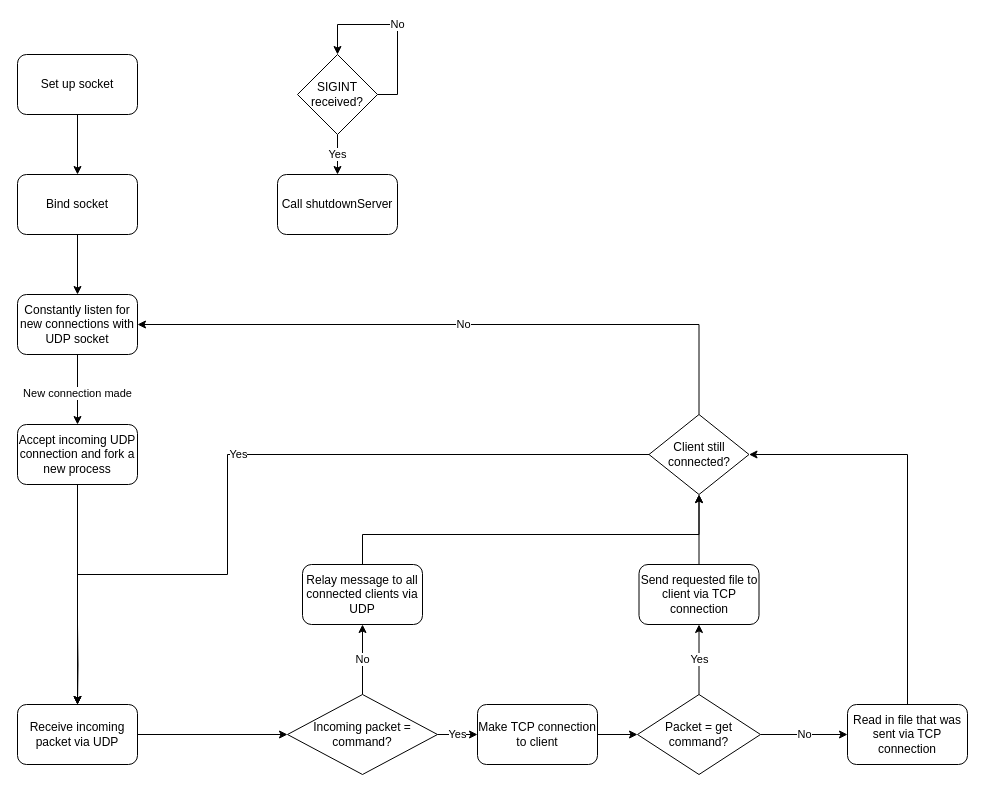
Before: C_Version/Flowcharts/server-main.drawio in Joedahms/ECE463-Project, a draw.io diagram. Source tidied: cells renumbered, new cells numbered last; positions are measured from the earlier drawing's top-left corner, leaving out a move shared by most shapes. Both pictures are drawn from the tidied source at 100%, with x=0, y=0 at pixel (17, 24).
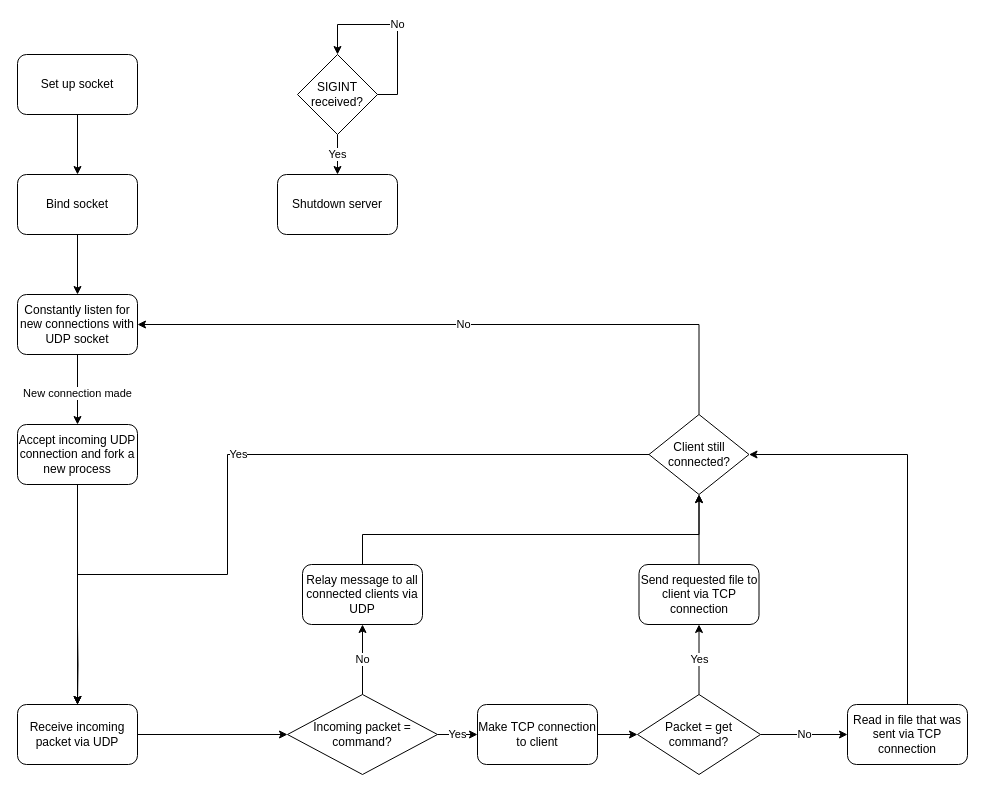
Above is the later version.

Commit message (it also covers changes not shown here):
updated client diagram

Diff of the diagram source:
```diff
@@
-    <mxCell id="12" value="Call shutdownServer" style="rounded=1;whiteSpace=wrap;html=1;" parent="1" vertex="1">
+    <mxCell id="12" value="Shutdown server" style="rounded=1;whiteSpace=wrap;html=1;" parent="1" vertex="1">
       <mxGeometry x="260" y="150" width="120" height="60" as="geometry" />
     </mxCell>
```
